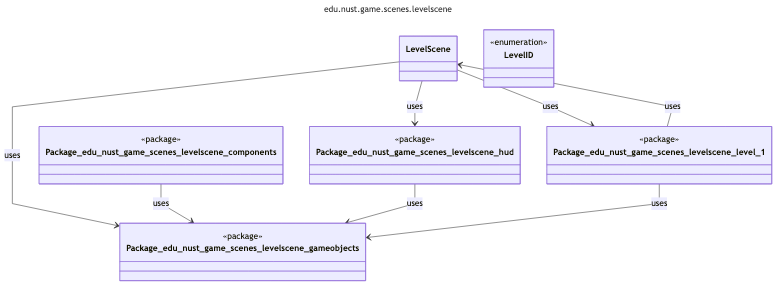
Above: uml/generated/png/package_edu_nust_game_scenes_levelscene.png in zombie-zero-nust/zombie-zero (Mermaid), before the change. Its source is kept beside it as uml/generated/mmd/package_edu_nust_game_scenes_levelscene.mmd. Source of this version:
```mermaid
---
title: edu.nust.game.scenes.levelscene
config:
  look: classic
  layout: dagre
  flowchart:
    curve: linear
  class:
    defaultRenderer: dagre-wrapper
---
classDiagram
class LevelScene
class LevelID <<enumeration>>
class Package_edu_nust_game_scenes_levelscene_components <<package>>
class Package_edu_nust_game_scenes_levelscene_gameobjects <<package>>
class Package_edu_nust_game_scenes_levelscene_hud <<package>>
class Package_edu_nust_game_scenes_levelscene_level_1 <<package>>
LevelScene --> Package_edu_nust_game_scenes_levelscene_gameobjects : uses
LevelScene --> Package_edu_nust_game_scenes_levelscene_hud : uses
LevelScene --> Package_edu_nust_game_scenes_levelscene_level_1 : uses
Package_edu_nust_game_scenes_levelscene_level_1 --> LevelScene : uses
Package_edu_nust_game_scenes_levelscene_components --> Package_edu_nust_game_scenes_levelscene_gameobjects : uses
Package_edu_nust_game_scenes_levelscene_hud --> Package_edu_nust_game_scenes_levelscene_gameobjects : uses
Package_edu_nust_game_scenes_levelscene_level_1 --> Package_edu_nust_game_scenes_levelscene_gameobjects : uses
```
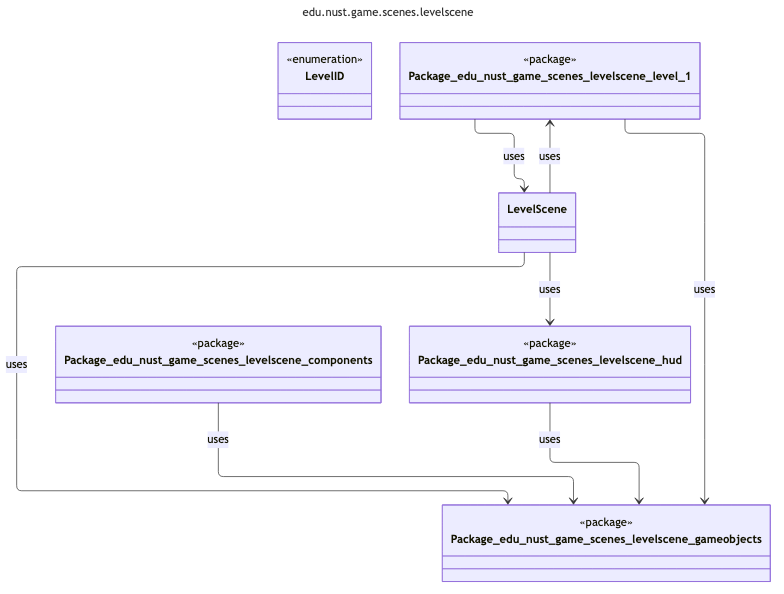
After the change.

Change to the diagram source:
```diff
@@ -2,15 +2,15 @@
 title: edu.nust.game.scenes.levelscene
 config:
   look: classic
-  layout: dagre
+  layout: elk
   flowchart:
     curve: linear
   class:
     defaultRenderer: dagre-wrapper
 ---
 classDiagram
-class LevelScene
-class LevelID <<enumeration>>
+  class LevelScene
+  class LevelID <<enumeration>>
 class Package_edu_nust_game_scenes_levelscene_components <<package>>
 class Package_edu_nust_game_scenes_levelscene_gameobjects <<package>>
 class Package_edu_nust_game_scenes_levelscene_hud <<package>>
```
